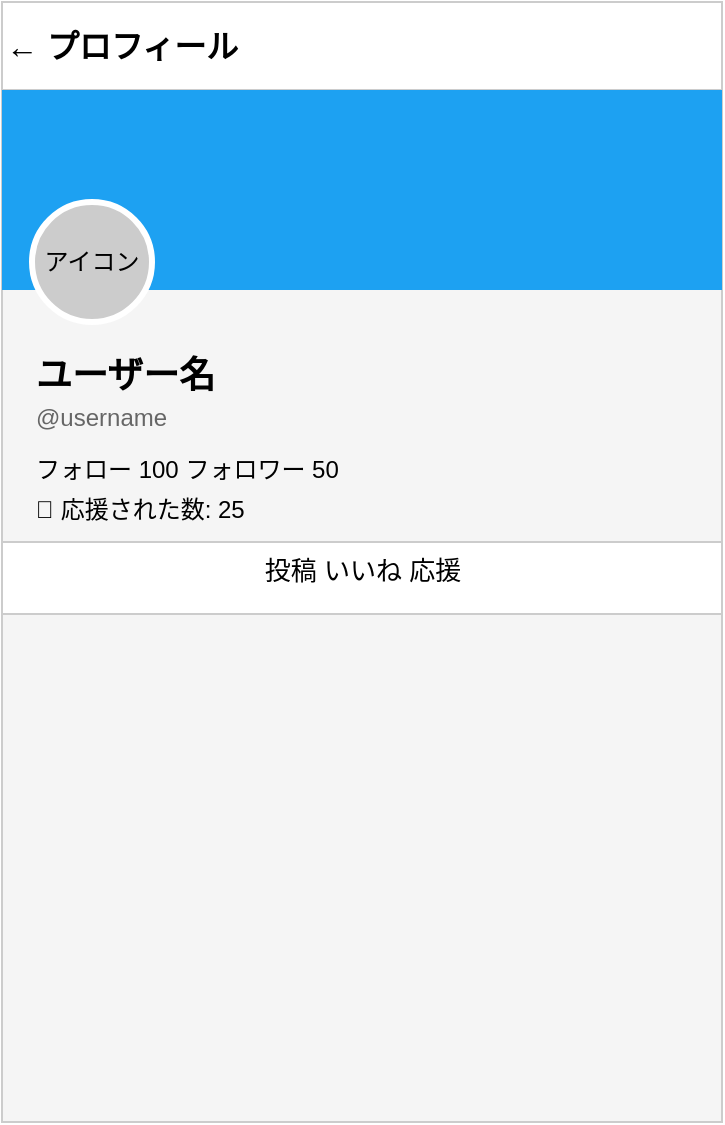
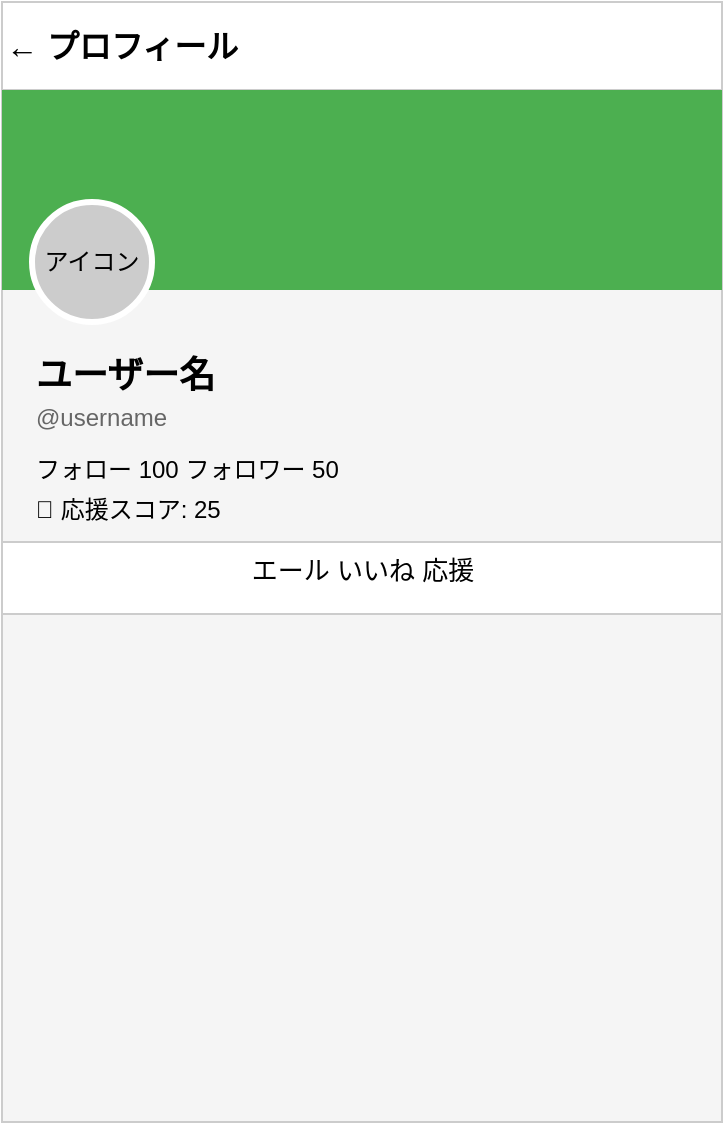
<?xml version="1.0" encoding="UTF-8"?>
<mxfile host="app.diagrams.net">
  <diagram name="プロフィール画面" id="profile">
    <mxGraphModel dx="800" dy="600" grid="1" gridSize="10">
      <root>
        <mxCell id="0" />
        <mxCell id="1" parent="0" />
        <!-- 画面枠 -->
        <mxCell id="2" value="" style="rounded=0;whiteSpace=wrap;html=1;fillColor=#f5f5f5;strokeColor=#cccccc;" vertex="1" parent="1">
          <mxGeometry x="40" y="40" width="360" height="560" as="geometry" />
        </mxCell>
        <!-- ヘッダー -->
        <mxCell id="3" value="← プロフィール" style="text;html=1;fontSize=16;fontStyle=1;align=left;verticalAlign=middle;fillColor=#ffffff;strokeColor=#cccccc;" vertex="1" parent="1">
          <mxGeometry x="40" y="40" width="360" height="44" as="geometry" />
        </mxCell>
        <!-- カバー -->
-         <mxCell id="4" value="" style="rounded=0;whiteSpace=wrap;html=1;fillColor=#1da1f2;strokeColor=none;" vertex="1" parent="1">
+         <mxCell id="4" value="" style="rounded=0;whiteSpace=wrap;html=1;fillColor=#4caf50;strokeColor=none;" vertex="1" parent="1">
          <mxGeometry x="40" y="84" width="360" height="100" as="geometry" />
        </mxCell>
        <!-- アイコン -->
        <mxCell id="5" value="アイコン" style="ellipse;whiteSpace=wrap;html=1;fillColor=#cccccc;strokeColor=#ffffff;strokeWidth=3;" vertex="1" parent="1">
          <mxGeometry x="55" y="140" width="60" height="60" as="geometry" />
        </mxCell>
        <!-- ユーザー情報 -->
        <mxCell id="6" value="ユーザー名" style="text;html=1;fontSize=18;fontStyle=1;fillColor=none;" vertex="1" parent="1">
          <mxGeometry x="55" y="210" width="200" height="24" as="geometry" />
        </mxCell>
        <mxCell id="7" value="@username" style="text;html=1;fontSize=12;fillColor=none;fontColor=#666666;" vertex="1" parent="1">
          <mxGeometry x="55" y="234" width="200" height="16" as="geometry" />
        </mxCell>
        <!-- プロフィール情報 -->
        <mxCell id="8" value="フォロー 100  フォロワー 50" style="text;html=1;fontSize=12;fillColor=none;" vertex="1" parent="1">
          <mxGeometry x="55" y="260" width="200" height="20" as="geometry" />
        </mxCell>
-         <!-- 応援数 -->
-         <mxCell id="9" value="🎉 応援された数: 25" style="text;html=1;fontSize=12;fillColor=none;" vertex="1" parent="1">
+         <!-- 応援スコア -->
+         <mxCell id="9" value="🎉 応援スコア: 25" style="text;html=1;fontSize=12;fillColor=none;" vertex="1" parent="1">
          <mxGeometry x="55" y="280" width="200" height="20" as="geometry" />
        </mxCell>
        <!-- タブ -->
-         <mxCell id="10" value="投稿  いいね  応援" style="text;html=1;fontSize=13;align=center;fillColor=#ffffff;strokeColor=#cccccc;" vertex="1" parent="1">
+         <mxCell id="10" value="エール  いいね  応援" style="text;html=1;fontSize=13;align=center;fillColor=#ffffff;strokeColor=#cccccc;" vertex="1" parent="1">
          <mxGeometry x="40" y="310" width="360" height="36" as="geometry" />
        </mxCell>
      </root>
    </mxGraphModel>
  </diagram>
</mxfile>